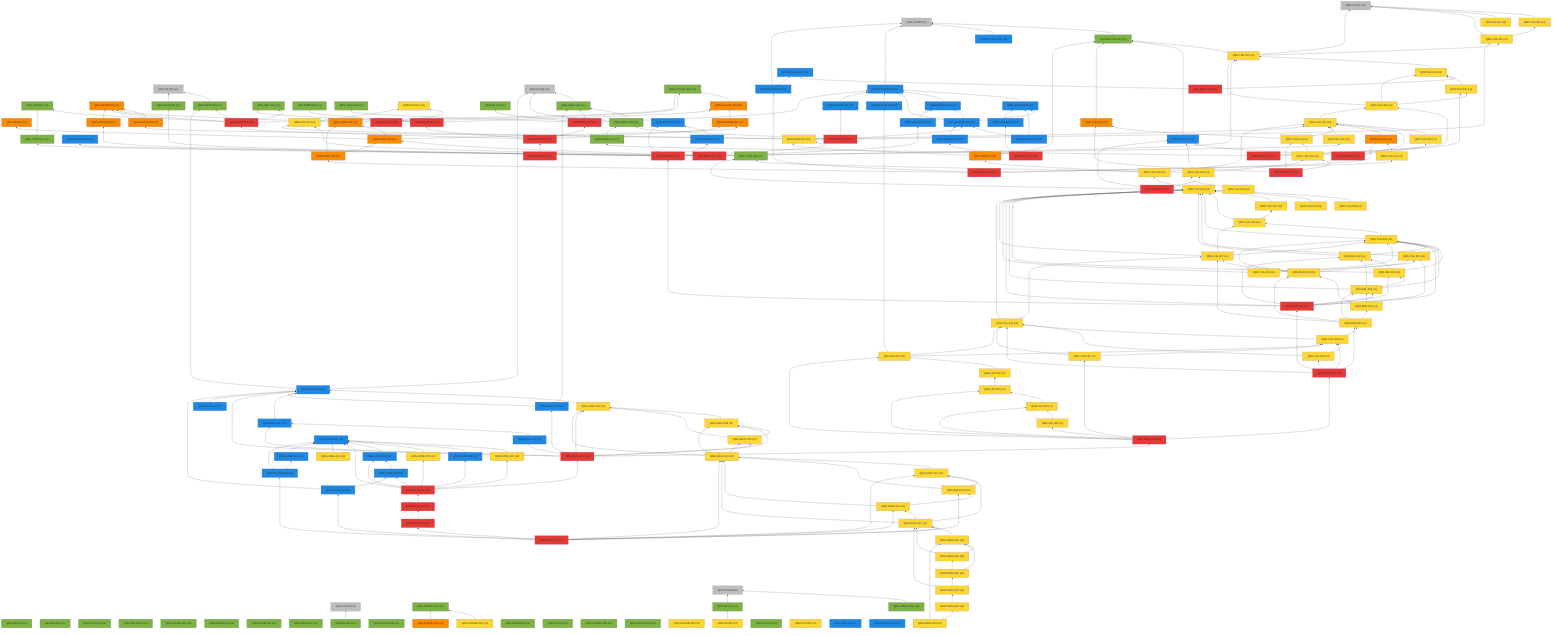
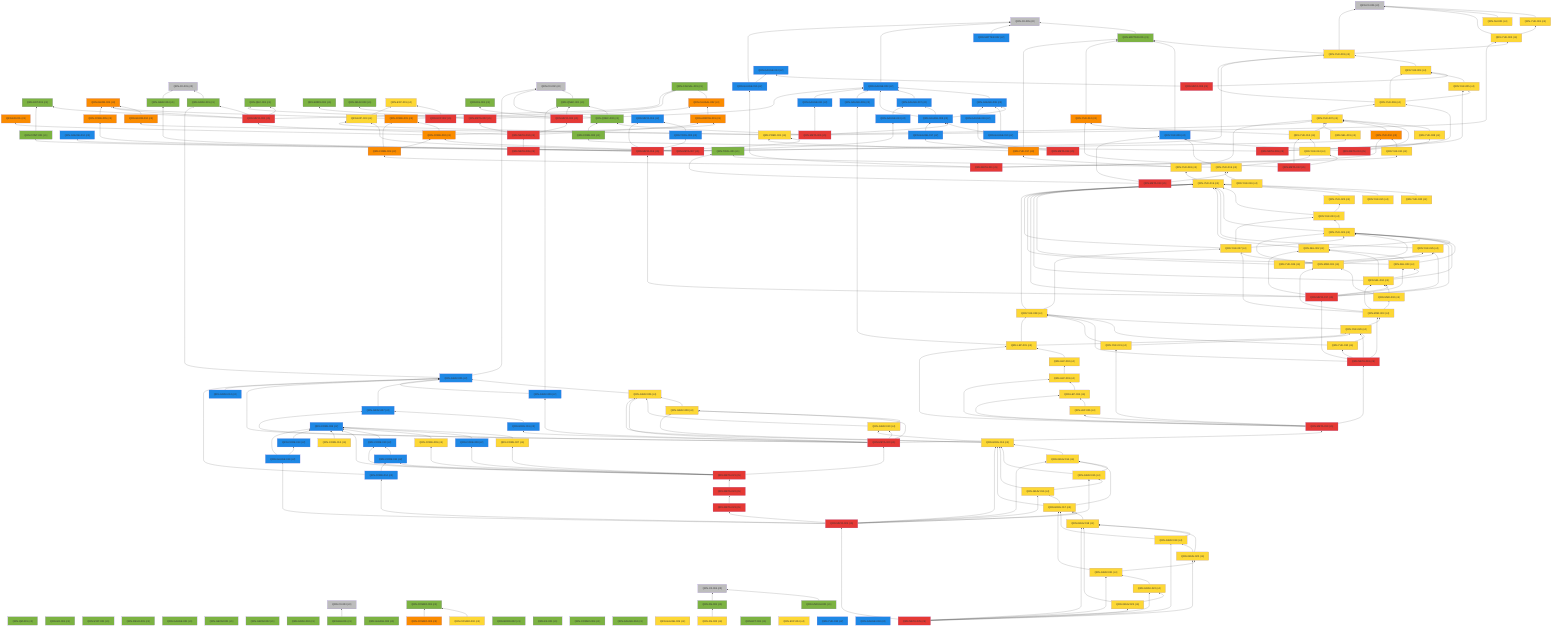
%% 自動生成 (dag/report.pl) — QRN 主張依存グラフ
graph BT
  QRN_C0_001["QRN-C0-001 (c0)"]:::c0
  QRN_C0_002["QRN-C0-002 (c0)"]:::c0
  QRN_C0_003["QRN-C0-003 (c0)"]:::c0
  QRN_C0_004["QRN-C0-004 (c0)"]:::c0
  QRN_C0_005["QRN-C0-005 (c0)"]:::c0
  QRN_C0_006["QRN-C0-006 (c0)"]:::c0
  QRN_QM_001["QRN-QM-001 (c1)"]:::c1
  QRN_GR_001["QRN-GR-001 (c1)"]:::c1
  QRN_STAT_001["QRN-STAT-001 (c1)"]:::c1
  QRN_FIELD_001["QRN-FIELD-001 (c1)"]:::c1
  QRN_GAUGE_001["QRN-GAUGE-001 (c1)"]:::c1
  QRN_ENT_001["QRN-ENT-001 (c1)"]:::c1
  QRN_GEOM_001["QRN-GEOM-001 (c1)"]:::c1
  QRN_GEOM_002["QRN-GEOM-002 (c1)"]:::c1
  QRN_GEOM_003["QRN-GEOM-003 (c3)"]:::c3
  QRN_GRAV_001["QRN-GRAV-001 (c1)"]:::c1
  QRN_GRAV_002["QRN-GRAV-002 (c1)"]:::c1
  QRN_BH_001["QRN-BH-001 (c1)"]:::c1
  QRN_CAUSAL_001["QRN-CAUSAL-001 (c1)"]:::c1
  QRN_CAUSAL_002["QRN-CAUSAL-002 (c3)"]:::c3
  QRN_ER_001["QRN-ER-001 (c3)"]:::c3
  QRN_QEC_001["QRN-QEC-001 (c1)"]:::c1
  QRN_GAUGE_002["QRN-GAUGE-002 (c1)"]:::c1
  QRN_COSMO_001["QRN-COSMO-001 (c1)"]:::c1
  QRN_COSMO_002["QRN-COSMO-002 (c4)"]:::c4
  QRN_COSMO_003["QRN-COSMO-003 (c3)"]:::c3
  QRN_BORN_001["QRN-BORN-001 (c1)"]:::c1
  QRN_BORN_002["QRN-BORN-002 (c1)"]:::c1
  QRN_GRAV_003["QRN-GRAV-003 (c1)"]:::c1
  QRN_KK_001["QRN-KK-001 (c1)"]:::c1
  QRN_MATTER_001["QRN-MATTER-001 (c1)"]:::c1
  QRN_MATTER_002["QRN-MATTER-002 (c2)"]:::c2
  QRN_COSMO_004["QRN-COSMO-004 (c1)"]:::c1
  QRN_EXP_001["QRN-EXP-001 (c4)"]:::c4
  QRN_GAUGE_003["QRN-GAUGE-003 (c2)"]:::c2
  QRN_GAUGE_004["QRN-GAUGE-004 (c1)"]:::c1
  QRN_GAUGE_005["QRN-GAUGE-005 (c4)"]:::c4
  QRN_YUK_001["QRN-YUK-001 (c4)"]:::c4
  QRN_RG_001["QRN-RG-001 (c1)"]:::c1
  QRN_UNRUH_001["QRN-UNRUH-001 (c1)"]:::c1
  QRN_QNEC_001["QRN-QNEC-001 (c1)"]:::c1
  QRN_NU_001["QRN-NU-001 (c4)"]:::c4
  QRN_GAUGE_006["QRN-GAUGE-006 (c2)"]:::c2
  QRN_DS_001["QRN-DS-001 (c1)"]:::c1
  QRN_DS_002["QRN-DS-002 (c4)"]:::c4
  QRN_ARROW_001["QRN-ARROW-001 (c3)"]:::c3
  QRN_GAUGE_007["QRN-GAUGE-007 (c2)"]:::c2
  QRN_EFT_001["QRN-EFT-001 (c1)"]:::c1
  QRN_GAUGE_008["QRN-GAUGE-008 (c2)"]:::c2
  QRN_GAUGE_009["QRN-GAUGE-009 (c2)"]:::c2
  QRN_GAUGE_010["QRN-GAUGE-010 (c2)"]:::c2
  QRN_QNEC_002["QRN-QNEC-002 (c1)"]:::c1
  QRN_GEOM_004["QRN-GEOM-004 (c3)"]:::c3
  QRN_YUK_002["QRN-YUK-002 (c4)"]:::c4
  QRN_EXP_002["QRN-EXP-002 (c5)"]:::c5
  QRN_CORE_001["QRN-CORE-001 (c3)"]:::c3
  QRN_GAUGE_011["QRN-GAUGE-011 (c2)"]:::c2
  QRN_GAUGE_012["QRN-GAUGE-012 (c2)"]:::c2
  QRN_YUK_003["QRN-YUK-003 (c4)"]:::c4
  QRN_EXP_003["QRN-EXP-003 (c4)"]:::c4
  QRN_CORE_002["QRN-CORE-002 (c3)"]:::c3
  QRN_GAUGE_013["QRN-GAUGE-013 (c2)"]:::c2
  QRN_YUK_004["QRN-YUK-004 (c4)"]:::c4
  QRN_GAUGE_014["QRN-GAUGE-014 (c2)"]:::c2
  QRN_META_001["QRN-META-001 (c5)"]:::c5
  QRN_META_002["QRN-META-002 (c5)"]:::c5
  QRN_META_003["QRN-META-003 (c5)"]:::c5
  QRN_META_004["QRN-META-004 (c5)"]:::c5
  QRN_META_005["QRN-META-005 (c5)"]:::c5
  QRN_META_006["QRN-META-006 (c5)"]:::c5
  QRN_META_007["QRN-META-007 (c5)"]:::c5
  QRN_META_008["QRN-META-008 (c5)"]:::c5
  QRN_YUK_005["QRN-YUK-005 (c4)"]:::c4
  QRN_YUK_006["QRN-YUK-006 (c4)"]:::c4
  QRN_CORE_003["QRN-CORE-003 (c1)"]:::c1
  QRN_META_009["QRN-META-009 (c5)"]:::c5
  QRN_YUK_007["QRN-YUK-007 (c4)"]:::c4
  QRN_YUK_008["QRN-YUK-008 (c4)"]:::c4
  QRN_YUK_009["QRN-YUK-009 (c2)"]:::c2
  QRN_META_010["QRN-META-010 (c5)"]:::c5
  QRN_GAUGE_015["QRN-GAUGE-015 (c2)"]:::c2
  QRN_YUK_010["QRN-YUK-010 (c3)"]:::c3
  QRN_YUK_011["QRN-YUK-011 (c4)"]:::c4
  QRN_CORE_004["QRN-CORE-004 (c3)"]:::c3
  QRN_META_011["QRN-META-011 (c5)"]:::c5
  QRN_YUK_012["QRN-YUK-012 (c3)"]:::c3
  QRN_YUK_013["QRN-YUK-013 (c4)"]:::c4
  QRN_YUK_014["QRN-YUK-014 (c4)"]:::c4
  QRN_META_012["QRN-META-012 (c5)"]:::c5
  QRN_TOOL_001["QRN-TOOL-001 (c1)"]:::c1
  QRN_YUK_015["QRN-YUK-015 (c4)"]:::c4
  QRN_META_013["QRN-META-013 (c5)"]:::c5
  QRN_GAUGE_016["QRN-GAUGE-016 (c2)"]:::c2
  QRN_GAUGE_017["QRN-GAUGE-017 (c2)"]:::c2
  QRN_META_014["QRN-META-014 (c5)"]:::c5
  QRN_META_015["QRN-META-015 (c2)"]:::c2
  QRN_TOOL_002["QRN-TOOL-002 (c2)"]:::c2
  QRN_CORE_005["QRN-CORE-005 (c3)"]:::c3
  QRN_CONT_001["QRN-CONT-001 (c1)"]:::c1
  QRN_SEL_001["QRN-SEL-001 (c4)"]:::c4
  QRN_GRAV_004["QRN-GRAV-004 (c1)"]:::c1
  QRN_PRED_001["QRN-PRED-001 (c4)"]:::c4
  QRN_META_016["QRN-META-016 (c5)"]:::c5
  QRN_YUK_016["QRN-YUK-016 (c4)"]:::c4
  QRN_YUK_017["QRN-YUK-017 (c3)"]:::c3
  QRN_YUK_018["QRN-YUK-018 (c4)"]:::c4
  QRN_YUK_019["QRN-YUK-019 (c4)"]:::c4
  QRN_YUK_020["QRN-YUK-020 (c4)"]:::c4
  QRN_YUK_021["QRN-YUK-021 (c4)"]:::c4
  QRN_YUK_022["QRN-YUK-022 (c4)"]:::c4
  QRN_YUK_023["QRN-YUK-023 (c4)"]:::c4
  QRN_YUK_024["QRN-YUK-024 (c4)"]:::c4
  QRN_YUK_025["QRN-YUK-025 (c4)"]:::c4
  QRN_SEL_002["QRN-SEL-002 (c4)"]:::c4
  QRN_SEL_003["QRN-SEL-003 (c4)"]:::c4
  QRN_SEL_004["QRN-SEL-004 (c4)"]:::c4
  QRN_META_017["QRN-META-017 (c5)"]:::c5
  QRN_YUK_026["QRN-YUK-026 (c4)"]:::c4
  QRN_YUK_027["QRN-YUK-027 (c4)"]:::c4
  QRN_MSR_001["QRN-MSR-001 (c4)"]:::c4
  QRN_MSR_002["QRN-MSR-002 (c4)"]:::c4
  QRN_MSR_003["QRN-MSR-003 (c4)"]:::c4
  QRN_YUK_028["QRN-YUK-028 (c4)"]:::c4
  QRN_YUK_029["QRN-YUK-029 (c4)"]:::c4
  QRN_YUK_030["QRN-YUK-030 (c4)"]:::c4
  QRN_META_018["QRN-META-018 (c5)"]:::c5
  QRN_YUK_031["QRN-YUK-031 (c4)"]:::c4
  QRN_LEP_001["QRN-LEP-001 (c4)"]:::c4
  QRN_LEP_002["QRN-LEP-002 (c4)"]:::c4
  QRN_LEP_003["QRN-LEP-003 (c4)"]:::c4
  QRN_LEP_004["QRN-LEP-004 (c4)"]:::c4
  QRN_LEP_005["QRN-LEP-005 (c4)"]:::c4
  QRN_META_019["QRN-META-019 (c5)"]:::c5
  QRN_GRAV_005["QRN-GRAV-005 (c2)"]:::c2
  QRN_GRAV_006["QRN-GRAV-006 (c4)"]:::c4
  QRN_GRAV_007["QRN-GRAV-007 (c2)"]:::c2
  QRN_GRAV_008["QRN-GRAV-008 (c4)"]:::c4
  QRN_GRAV_009["QRN-GRAV-009 (c2)"]:::c2
  QRN_GRAV_010["QRN-GRAV-010 (c4)"]:::c4
  QRN_GRAV_011["QRN-GRAV-011 (c2)"]:::c2
  QRN_META_020["QRN-META-020 (c5)"]:::c5
  QRN_CORE_006["QRN-CORE-006 (c2)"]:::c2
  QRN_CORE_007["QRN-CORE-007 (c4)"]:::c4
  QRN_CORE_008["QRN-CORE-008 (c2)"]:::c2
  QRN_CORE_009["QRN-CORE-009 (c4)"]:::c4
  QRN_CORE_010["QRN-CORE-010 (c2)"]:::c2
  QRN_CORE_011["QRN-CORE-011 (c2)"]:::c2
  QRN_META_021["QRN-META-021 (c5)"]:::c5
  QRN_CORE_012["QRN-CORE-012 (c4)"]:::c4
  QRN_EXP_004["QRN-EXP-004 (c4)"]:::c4
  QRN_CORE_013["QRN-CORE-013 (c2)"]:::c2
  QRN_GRAV_012["QRN-GRAV-012 (c2)"]:::c2
  QRN_YUK_032["QRN-YUK-032 (c2)"]:::c2
  QRN_GAUGE_018["QRN-GAUGE-018 (c2)"]:::c2
  QRN_META_022["QRN-META-022 (c5)"]:::c5
  QRN_META_023["QRN-META-023 (c5)"]:::c5
  QRN_CORE_014["QRN-CORE-014 (c2)"]:::c2
  QRN_GRAV_013["QRN-GRAV-013 (c4)"]:::c4
  QRN_GRAV_014["QRN-GRAV-014 (c4)"]:::c4
  QRN_GRAV_015["QRN-GRAV-015 (c4)"]:::c4
  QRN_GRAV_016["QRN-GRAV-016 (c4)"]:::c4
  QRN_GRAV_017["QRN-GRAV-017 (c4)"]:::c4
  QRN_GAUGE_019["QRN-GAUGE-019 (c2)"]:::c2
  QRN_META_024["QRN-META-024 (c5)"]:::c5
  QRN_GRAV_018["QRN-GRAV-018 (c4)"]:::c4
  QRN_GRAV_019["QRN-GRAV-019 (c4)"]:::c4
  QRN_GRAV_020["QRN-GRAV-020 (c4)"]:::c4
  QRN_GRAV_021["QRN-GRAV-021 (c4)"]:::c4
  QRN_GRAV_022["QRN-GRAV-022 (c4)"]:::c4
  QRN_GRAV_023["QRN-GRAV-023 (c4)"]:::c4
+   QRN_META_025["QRN-META-025 (c5)"]:::c5
  QRN_GRAV_001 --> QRN_C0_001
  QRN_BH_001 --> QRN_C0_003
  QRN_CAUSAL_002 --> QRN_CAUSAL_001
  QRN_COSMO_002 --> QRN_COSMO_001
  QRN_COSMO_003 --> QRN_COSMO_001
  QRN_MATTER_001 --> QRN_C0_005
  QRN_MATTER_002 --> QRN_C0_005
  QRN_GAUGE_003 --> QRN_C0_005
  QRN_YUK_001 --> QRN_C0_006
  QRN_UNRUH_001 --> QRN_C0_004
  QRN_QNEC_001 --> QRN_C0_002
  QRN_NU_001 --> QRN_C0_006
  QRN_GAUGE_006 --> QRN_GAUGE_003
  QRN_DS_001 --> QRN_C0_004
  QRN_DS_002 --> QRN_DS_001
  QRN_ARROW_001 --> QRN_CAUSAL_002
  QRN_GAUGE_007 --> QRN_GAUGE_003
  QRN_GAUGE_008 --> QRN_GAUGE_003
  QRN_GAUGE_008 --> QRN_GAUGE_006
  QRN_GAUGE_008 --> QRN_GAUGE_007
  QRN_GAUGE_009 --> QRN_GAUGE_003
  QRN_GAUGE_010 --> QRN_GAUGE_006
  QRN_GAUGE_010 --> QRN_GAUGE_008
  QRN_QNEC_002 --> QRN_C0_002
  QRN_QNEC_002 --> QRN_QNEC_001
  QRN_GEOM_004 --> QRN_GEOM_003
  QRN_YUK_002 --> QRN_C0_006
  QRN_YUK_002 --> QRN_YUK_001
  QRN_EXP_002 --> QRN_EXP_001
  QRN_CORE_001 --> QRN_GEOM_003
  QRN_CORE_001 --> QRN_CAUSAL_001
  QRN_GAUGE_011 --> QRN_GAUGE_003
  QRN_YUK_003 --> QRN_C0_006
  QRN_YUK_003 --> QRN_MATTER_001
  QRN_YUK_003 --> QRN_YUK_002
  QRN_EXP_003 --> QRN_EXP_001
  QRN_CORE_002 --> QRN_CORE_001
  QRN_CORE_002 --> QRN_ER_001
  QRN_CORE_002 --> QRN_ARROW_001
  QRN_GAUGE_013 --> QRN_GAUGE_007
  QRN_YUK_004 --> QRN_YUK_003
  QRN_META_001 --> QRN_GEOM_003
  QRN_META_001 --> QRN_GRAV_001
  QRN_META_001 --> QRN_CAUSAL_001
  QRN_META_001 --> QRN_QEC_001
  QRN_META_001 --> QRN_ENT_001
  QRN_META_002 --> QRN_QEC_001
  QRN_META_002 --> QRN_BORN_001
  QRN_META_002 --> QRN_CAUSAL_002
  QRN_META_003 --> QRN_GAUGE_003
  QRN_META_003 --> QRN_RG_001
  QRN_META_003 --> QRN_QNEC_001
  QRN_META_003 --> QRN_GRAV_003
  QRN_META_004 --> QRN_META_001
  QRN_META_004 --> QRN_META_002
  QRN_META_004 --> QRN_META_003
  QRN_META_004 --> QRN_ARROW_001
  QRN_META_005 --> QRN_META_004
  QRN_META_006 --> QRN_GAUGE_008
  QRN_META_006 --> QRN_QNEC_002
  QRN_META_006 --> QRN_GEOM_004
  QRN_META_006 --> QRN_YUK_002
  QRN_META_006 --> QRN_GAUGE_011
  QRN_META_007 --> QRN_GAUGE_012
  QRN_META_007 --> QRN_YUK_003
  QRN_META_007 --> QRN_EXP_003
  QRN_META_007 --> QRN_CORE_002
  QRN_META_007 --> QRN_GAUGE_013
  QRN_META_008 --> QRN_YUK_004
  QRN_META_008 --> QRN_GAUGE_014
  QRN_YUK_005 --> QRN_YUK_004
  QRN_YUK_006 --> QRN_YUK_003
  QRN_YUK_006 --> QRN_YUK_004
  QRN_YUK_006 --> QRN_YUK_005
  QRN_CORE_003 --> QRN_QNEC_002
  QRN_META_009 --> QRN_YUK_005
  QRN_META_009 --> QRN_YUK_006
  QRN_META_009 --> QRN_CORE_003
  QRN_YUK_007 --> QRN_YUK_006
  QRN_YUK_008 --> QRN_YUK_007
  QRN_YUK_009 --> QRN_MATTER_001
  QRN_META_010 --> QRN_YUK_007
  QRN_META_010 --> QRN_YUK_008
  QRN_META_010 --> QRN_YUK_009
  QRN_GAUGE_015 --> QRN_C0_005
  QRN_GAUGE_015 --> QRN_GAUGE_014
  QRN_YUK_010 --> QRN_YUK_007
  QRN_YUK_011 --> QRN_YUK_010
  QRN_CORE_004 --> QRN_CORE_001
  QRN_CORE_004 --> QRN_CORE_002
  QRN_META_011 --> QRN_GAUGE_015
  QRN_META_011 --> QRN_YUK_010
  QRN_META_011 --> QRN_YUK_011
  QRN_META_011 --> QRN_CORE_004
  QRN_YUK_012 --> QRN_MATTER_001
  QRN_YUK_013 --> QRN_YUK_012
  QRN_YUK_013 --> QRN_YUK_007
  QRN_YUK_014 --> QRN_YUK_013
  QRN_META_012 --> QRN_YUK_012
  QRN_META_012 --> QRN_YUK_013
  QRN_META_012 --> QRN_YUK_014
  QRN_YUK_015 --> QRN_YUK_014
  QRN_YUK_015 --> QRN_TOOL_001
  QRN_YUK_015 --> QRN_YUK_009
  QRN_META_013 --> QRN_YUK_015
  QRN_META_013 --> QRN_TOOL_001
  QRN_META_013 --> QRN_YUK_009
  QRN_GAUGE_016 --> QRN_GAUGE_006
  QRN_GAUGE_017 --> QRN_GAUGE_008
  QRN_META_014 --> QRN_GAUGE_016
  QRN_META_014 --> QRN_GAUGE_017
  QRN_TOOL_002 --> QRN_META_015
  QRN_CORE_005 --> QRN_GEOM_003
  QRN_CONT_001 --> QRN_ENT_001
  QRN_SEL_001 --> QRN_YUK_007
  QRN_GRAV_004 --> QRN_C0_001
  QRN_PRED_001 --> QRN_YUK_007
  QRN_PRED_001 --> QRN_EXP_003
  QRN_META_016 --> QRN_META_015
  QRN_META_016 --> QRN_TOOL_002
  QRN_META_016 --> QRN_CORE_005
  QRN_META_016 --> QRN_CONT_001
  QRN_META_016 --> QRN_SEL_001
  QRN_META_016 --> QRN_GRAV_004
  QRN_META_016 --> QRN_PRED_001
  QRN_YUK_016 --> QRN_YUK_015
  QRN_YUK_017 --> QRN_MATTER_001
  QRN_YUK_017 --> QRN_PRED_001
  QRN_YUK_018 --> QRN_YUK_017
  QRN_YUK_018 --> QRN_YUK_007
  QRN_YUK_019 --> QRN_YUK_018
  QRN_YUK_020 --> QRN_YUK_019
  QRN_YUK_021 --> QRN_YUK_019
  QRN_YUK_022 --> QRN_YUK_019
  QRN_YUK_023 --> QRN_YUK_019
  QRN_YUK_023 --> QRN_YUK_022
  QRN_YUK_024 --> QRN_YUK_019
  QRN_YUK_024 --> QRN_YUK_023
  QRN_YUK_025 --> QRN_YUK_019
  QRN_YUK_025 --> QRN_YUK_024
  QRN_SEL_002 --> QRN_YUK_019
  QRN_SEL_002 --> QRN_YUK_024
  QRN_SEL_003 --> QRN_YUK_019
  QRN_SEL_003 --> QRN_YUK_024
  QRN_SEL_003 --> QRN_SEL_002
  QRN_SEL_004 --> QRN_YUK_019
  QRN_SEL_004 --> QRN_YUK_024
  QRN_SEL_004 --> QRN_SEL_002
  QRN_SEL_004 --> QRN_SEL_003
  QRN_META_017 --> QRN_META_016
  QRN_META_017 --> QRN_YUK_019
  QRN_META_017 --> QRN_YUK_024
  QRN_META_017 --> QRN_YUK_025
  QRN_META_017 --> QRN_SEL_002
  QRN_META_017 --> QRN_SEL_003
  QRN_META_017 --> QRN_SEL_004
  QRN_YUK_026 --> QRN_YUK_019
  QRN_YUK_026 --> QRN_YUK_024
  QRN_YUK_026 --> QRN_YUK_025
  QRN_YUK_027 --> QRN_YUK_019
  QRN_YUK_027 --> QRN_YUK_023
  QRN_YUK_027 --> QRN_YUK_024
  QRN_MSR_001 --> QRN_YUK_024
  QRN_MSR_001 --> QRN_YUK_025
  QRN_MSR_001 --> QRN_YUK_027
  QRN_MSR_002 --> QRN_SEL_004
  QRN_MSR_002 --> QRN_MSR_001
  QRN_MSR_003 --> QRN_MSR_001
  QRN_MSR_003 --> QRN_MSR_002
  QRN_MSR_003 --> QRN_SEL_004
  QRN_MSR_003 --> QRN_YUK_027
  QRN_YUK_028 --> QRN_YUK_019
  QRN_YUK_028 --> QRN_YUK_027
  QRN_YUK_029 --> QRN_YUK_028
  QRN_YUK_029 --> QRN_MSR_003
  QRN_YUK_030 --> QRN_YUK_028
  QRN_YUK_030 --> QRN_YUK_029
  QRN_META_018 --> QRN_META_017
  QRN_META_018 --> QRN_MSR_003
  QRN_META_018 --> QRN_YUK_028
  QRN_META_018 --> QRN_YUK_029
  QRN_META_018 --> QRN_YUK_030
  QRN_YUK_031 --> QRN_YUK_028
  QRN_YUK_031 --> QRN_YUK_029
  QRN_LEP_001 --> QRN_YUK_028
  QRN_LEP_001 --> QRN_YUK_029
  QRN_LEP_001 --> QRN_GAUGE_009
  QRN_LEP_002 --> QRN_LEP_001
  QRN_LEP_003 --> QRN_LEP_002
  QRN_LEP_004 --> QRN_LEP_003
  QRN_LEP_005 --> QRN_LEP_004
  QRN_META_019 --> QRN_META_018
  QRN_META_019 --> QRN_YUK_031
  QRN_META_019 --> QRN_LEP_001
  QRN_META_019 --> QRN_LEP_003
  QRN_META_019 --> QRN_LEP_004
  QRN_META_019 --> QRN_LEP_005
  QRN_GRAV_005 --> QRN_C0_002
  QRN_GRAV_005 --> QRN_GRAV_001
  QRN_GRAV_006 --> QRN_GRAV_005
  QRN_GRAV_007 --> QRN_GRAV_005
  QRN_GRAV_008 --> QRN_GRAV_006
  QRN_GRAV_009 --> QRN_GRAV_005
  QRN_GRAV_009 --> QRN_QNEC_001
  QRN_GRAV_010 --> QRN_GRAV_006
  QRN_GRAV_010 --> QRN_GRAV_008
  QRN_GRAV_011 --> QRN_GRAV_007
  QRN_META_020 --> QRN_META_019
  QRN_META_020 --> QRN_GRAV_005
  QRN_META_020 --> QRN_GRAV_006
  QRN_META_020 --> QRN_GRAV_007
  QRN_META_020 --> QRN_GRAV_008
  QRN_META_020 --> QRN_GRAV_009
  QRN_META_020 --> QRN_GRAV_010
  QRN_META_020 --> QRN_GRAV_011
  QRN_CORE_007 --> QRN_CORE_006
  QRN_CORE_008 --> QRN_CORE_006
  QRN_CORE_009 --> QRN_CORE_006
  QRN_CORE_010 --> QRN_CORE_006
  QRN_CORE_011 --> QRN_CORE_010
  QRN_META_021 --> QRN_META_020
  QRN_META_021 --> QRN_CORE_006
  QRN_META_021 --> QRN_CORE_007
  QRN_META_021 --> QRN_CORE_008
  QRN_META_021 --> QRN_CORE_009
  QRN_META_021 --> QRN_CORE_010
  QRN_META_021 --> QRN_CORE_011
  QRN_CORE_012 --> QRN_CORE_006
  QRN_CORE_013 --> QRN_CORE_006
  QRN_GRAV_012 --> QRN_GRAV_005
  QRN_META_022 --> QRN_META_021
  QRN_META_023 --> QRN_META_022
  QRN_CORE_014 --> QRN_CORE_011
  QRN_CORE_014 --> QRN_GRAV_005
  QRN_GRAV_013 --> QRN_GRAV_006
  QRN_GRAV_013 --> QRN_GRAV_008
  QRN_GRAV_013 --> QRN_GRAV_010
  QRN_GRAV_014 --> QRN_GRAV_013
  QRN_GRAV_015 --> QRN_GRAV_013
  QRN_GRAV_015 --> QRN_GRAV_014
  QRN_GRAV_016 --> QRN_GRAV_013
  QRN_GRAV_016 --> QRN_GRAV_015
  QRN_GRAV_017 --> QRN_GRAV_013
  QRN_GRAV_017 --> QRN_GRAV_014
  QRN_GRAV_017 --> QRN_GRAV_016
  QRN_GAUGE_019 --> QRN_CORE_006
  QRN_GAUGE_019 --> QRN_CORE_013
  QRN_META_024 --> QRN_CORE_014
  QRN_META_024 --> QRN_GRAV_013
  QRN_META_024 --> QRN_GRAV_014
  QRN_META_024 --> QRN_GRAV_015
  QRN_META_024 --> QRN_GRAV_016
  QRN_META_024 --> QRN_GRAV_017
  QRN_META_024 --> QRN_GAUGE_019
  QRN_META_024 --> QRN_META_023
  QRN_GRAV_018 --> QRN_GRAV_017
  QRN_GRAV_019 --> QRN_GRAV_017
  QRN_GRAV_019 --> QRN_GRAV_018
  QRN_GRAV_020 --> QRN_GRAV_018
  QRN_GRAV_020 --> QRN_GRAV_019
  QRN_GRAV_021 --> QRN_GRAV_017
  QRN_GRAV_021 --> QRN_GRAV_020
  QRN_GRAV_022 --> QRN_GRAV_021
  QRN_GRAV_023 --> QRN_GRAV_018
  QRN_GRAV_023 --> QRN_GRAV_022
+   QRN_META_025 --> QRN_GRAV_018
+   QRN_META_025 --> QRN_GRAV_019
+   QRN_META_025 --> QRN_GRAV_020
+   QRN_META_025 --> QRN_GRAV_021
+   QRN_META_025 --> QRN_GRAV_022
+   QRN_META_025 --> QRN_GRAV_023
+   QRN_META_025 --> QRN_META_024
  classDef c0 fill:#bdbdbd
  classDef c1 fill:#7cb342
  classDef c2 fill:#1e88e5
  classDef c3 fill:#fb8c00
  classDef c4 fill:#fdd835
  classDef c5 fill:#e53935
